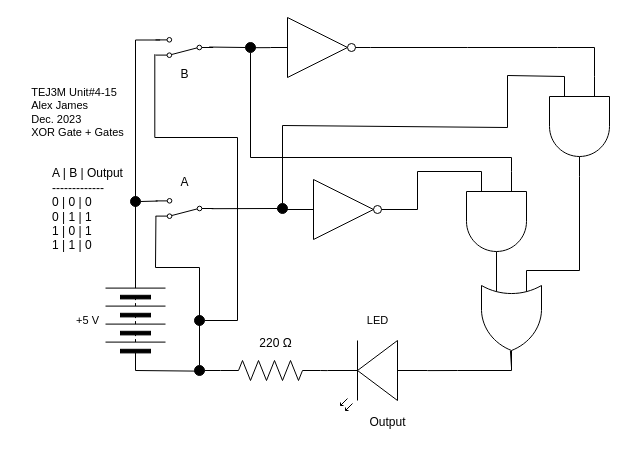
The draw.io diagram Unit-4-15/4-15.drawio in Alexander-James2/TEJ3M-Unit-4, before the edit. Source tidied: cells renumbered, new cells numbered last; positions are measured from the earlier drawing's top-left corner, leaving out a move shared by most shapes. Both pictures are drawn from the tidied source at 100%, with x=0, y=0 at pixel (17, 17).
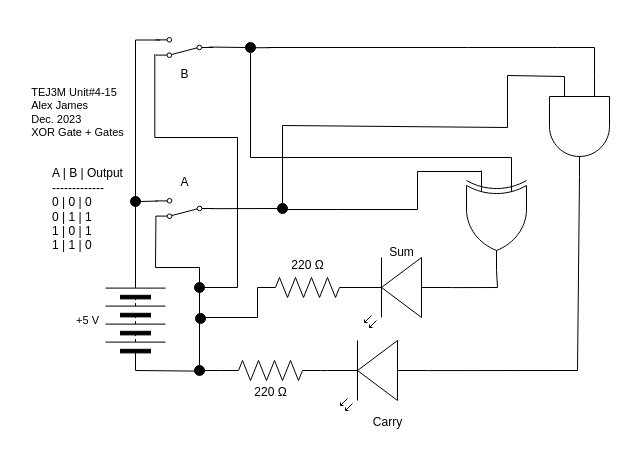
The same page after the edit.

Unchanged cells that the change refers to:
```xml
<mxCell id="6" style="verticalLabelPosition=bottom;shadow=0;dashed=0;align=center;html=1;verticalAlign=top;shape=mxgraph.electrical.opto_electronics.led_2;rotation=-180;" parent="1" vertex="1">
  <mxGeometry x="310" y="323" width="100" height="70" as="geometry" />
</mxCell>
<mxCell id="16" style="shape=mxgraph.electrical.electro-mechanical.twoWaySwitch;elSwitchState=2;rotation=0;flipV=1;flipH=1;" parent="1" vertex="1">
  <mxGeometry x="138" y="20" width="57.7" height="20" as="geometry" />
</mxCell>
<mxCell id="36" style="verticalLabelPosition=bottom;shadow=0;dashed=0;align=center;html=1;verticalAlign=top;shape=mxgraph.electrical.logic_gates.logic_gate;operation=and;rotation=90;" parent="1" vertex="1">
  <mxGeometry x="512" y="79" width="100" height="60" as="geometry" />
</mxCell>
<mxCell id="39" style="ellipse;whiteSpace=wrap;html=1;strokeColor=#030303;fillColor=#000000;" parent="1" vertex="1">
  <mxGeometry x="260" y="186" width="10" height="10" as="geometry" />
</mxCell>
<mxCell id="43" style="ellipse;whiteSpace=wrap;html=1;strokeColor=#030303;fillColor=#000000;" parent="1" vertex="1">
  <mxGeometry x="228" y="25" width="10" height="10" as="geometry" />
</mxCell>
```

Change to the diagram source:
```diff
@@
-    <mxCell id="2" style="edgeStyle=none;shape=connector;rounded=0;html=1;entryX=0;entryY=0.57;entryDx=0;entryDy=0;entryPerimeter=0;labelBackgroundColor=default;strokeColor=default;fontFamily=Helvetica;fontSize=11;fontColor=default;endArrow=none;endFill=0;exitX=1;exitY=0.5;exitDx=0;exitDy=0;exitPerimeter=0;" parent="1" edge="1" source="30" target="6">
-      <mxGeometry relative="1" as="geometry">
-        <Array as="points">
-          <mxPoint x="440" y="353" />
-        </Array>
-      </mxGeometry>
-    </mxCell>
@@
-    <mxCell id="9" value="LED" style="text;html=1;align=center;verticalAlign=middle;strokeColor=none;fillColor=none;fontSize=11;fontFamily=Helvetica;fontColor=default;" parent="1" vertex="1">
-      <mxGeometry x="340" y="288" width="40" height="30" as="geometry" />
-    </mxCell>
@@
-    <mxCell id="13" value="Output" style="text;html=1;align=center;verticalAlign=middle;strokeColor=none;fillColor=none;" parent="1" vertex="1">
-      <mxGeometry x="340" y="390" width="60" height="30" as="geometry" />
+    <mxCell id="13" value="Carry" style="text;html=1;align=center;verticalAlign=middle;strokeColor=none;fillColor=none;" parent="1" vertex="1">
+      <mxGeometry x="345" y="390" width="50" height="30" as="geometry" />
     </mxCell>
@@
-    <mxCell id="20" style="edgeStyle=orthogonalEdgeStyle;html=1;exitX=1;exitY=0.5;exitDx=0;exitDy=0;entryX=1.012;entryY=0.164;entryDx=0;entryDy=0;entryPerimeter=0;endArrow=none;endFill=0;rounded=0;" parent="1" edge="1" source="21" target="16">
+    <mxCell id="20" style="edgeStyle=orthogonalEdgeStyle;html=1;entryX=1.012;entryY=0.164;entryDx=0;entryDy=0;entryPerimeter=0;endArrow=none;endFill=0;rounded=0;" parent="1" edge="1" target="16">
       <mxGeometry relative="1" as="geometry">
+        <mxPoint x="180" y="270" as="sourcePoint" />
         <Array as="points">
-          <mxPoint x="220" y="303" />
+          <mxPoint x="187" y="270" />
+          <mxPoint x="220" y="270" />
           <mxPoint x="220" y="120" />
           <mxPoint x="137" y="120" />
         </Array>
       </mxGeometry>
     </mxCell>
     <mxCell id="21" style="ellipse;whiteSpace=wrap;html=1;strokeColor=#030303;fillColor=#000000;" parent="1" vertex="1">
-      <mxGeometry x="177" y="298" width="10" height="10" as="geometry" />
+      <mxGeometry x="177" y="265" width="10" height="10" as="geometry" />
     </mxCell>
@@
-    <mxCell id="25" style="edgeStyle=none;jettySize=auto;html=1;rounded=0;endArrow=none;endFill=0;exitX=0.028;exitY=0.489;exitDx=0;exitDy=0;exitPerimeter=0;startArrow=none;entryX=0;entryY=0.75;entryDx=0;entryDy=0;entryPerimeter=0;" parent="1" edge="1" source="39" target="40">
+    <mxCell id="25" style="edgeStyle=none;jettySize=auto;html=1;rounded=0;endArrow=none;endFill=0;exitX=0.028;exitY=0.489;exitDx=0;exitDy=0;exitPerimeter=0;startArrow=none;entryX=0;entryY=0.75;entryDx=0;entryDy=0;entryPerimeter=0;" parent="1" edge="1" source="39">
       <mxGeometry relative="1" as="geometry">
+        <mxPoint x="464" y="154" as="targetPoint" />
         <Array as="points">
           <mxPoint x="260" y="192" />
           <mxPoint x="320" y="192" />
           <mxPoint x="400" y="192" />
           <mxPoint x="400" y="154" />
         </Array>
       </mxGeometry>
     </mxCell>
@@
     <mxCell id="28" value="220&amp;nbsp;Ω" style="text;html=1;align=center;verticalAlign=middle;strokeColor=none;fillColor=none;" parent="1" vertex="1">
-      <mxGeometry x="228" y="311" width="60" height="30" as="geometry" />
+      <mxGeometry x="223" y="360" width="60" height="30" as="geometry" />
     </mxCell>
-    <mxCell id="29" style="edgeStyle=none;html=1;exitX=0.803;exitY=0.518;exitDx=0;exitDy=0;exitPerimeter=0;endArrow=none;endFill=0;rounded=0;" parent="1" edge="1" source="30">
-      <mxGeometry relative="1" as="geometry">
-        <mxPoint x="494" y="350" as="targetPoint" />
-      </mxGeometry>
-    </mxCell>
-    <mxCell id="30" style="verticalLabelPosition=bottom;shadow=0;dashed=0;align=center;html=1;verticalAlign=top;shape=mxgraph.electrical.logic_gates.logic_gate;operation=or;rotation=90;" parent="1" vertex="1">
-      <mxGeometry x="444" y="273" width="100" height="60" as="geometry" />
-    </mxCell>
-    <mxCell id="31" style="verticalLabelPosition=bottom;shadow=0;dashed=0;align=center;html=1;verticalAlign=top;shape=mxgraph.electrical.logic_gates.inverter_2;" parent="1" vertex="1">
-      <mxGeometry x="279" y="162" width="100" height="60" as="geometry" />
-    </mxCell>
-    <mxCell id="32" style="edgeStyle=none;html=1;entryX=1;entryY=0.5;entryDx=0;entryDy=0;entryPerimeter=0;rounded=0;endArrow=none;endFill=0;" parent="1" edge="1" target="33">
+    <mxCell id="32" style="edgeStyle=none;html=1;rounded=0;endArrow=none;endFill=0;" parent="1" edge="1">
       <mxGeometry relative="1" as="geometry">
         <mxPoint x="540" y="30" as="sourcePoint" />
+        <mxPoint x="250" y="30" as="targetPoint" />
         <Array as="points">
           <mxPoint x="450" y="30" />
         </Array>
       </mxGeometry>
     </mxCell>
-    <mxCell id="33" style="verticalLabelPosition=bottom;shadow=0;dashed=0;align=center;html=1;verticalAlign=top;shape=mxgraph.electrical.logic_gates.inverter_2;" parent="1" vertex="1">
-      <mxGeometry x="253" width="100" height="60" as="geometry" />
-    </mxCell>
@@
-    <mxCell id="35" style="edgeStyle=none;rounded=0;html=1;exitX=1;exitY=0.5;exitDx=0;exitDy=0;exitPerimeter=0;entryX=0;entryY=0.25;entryDx=0;entryDy=0;entryPerimeter=0;endArrow=none;endFill=0;" parent="1" edge="1" source="36" target="30">
-      <mxGeometry relative="1" as="geometry">
-        <Array as="points">
-          <mxPoint x="562" y="253" />
-        </Array>
-      </mxGeometry>
-    </mxCell>
+    <mxCell id="44" style="edgeStyle=none;html=1;exitX=1;exitY=0.5;exitDx=0;exitDy=0;exitPerimeter=0;entryX=0;entryY=0.57;entryDx=0;entryDy=0;entryPerimeter=0;rounded=0;endArrow=none;endFill=0;" parent="1" edge="1" source="36" target="6">
+      <mxGeometry relative="1" as="geometry">
+        <Array as="points">
+          <mxPoint x="560" y="353" />
+        </Array>
+      </mxGeometry>
+    </mxCell>
@@
-    <mxCell id="40" style="verticalLabelPosition=bottom;shadow=0;dashed=0;align=center;html=1;verticalAlign=top;shape=mxgraph.electrical.logic_gates.logic_gate;operation=and;rotation=90;" parent="1" vertex="1">
-      <mxGeometry x="429" y="174" width="100" height="60" as="geometry" />
-    </mxCell>
-    <mxCell id="41" style="edgeStyle=none;html=1;entryX=0.07;entryY=0.523;entryDx=0;entryDy=0;entryPerimeter=0;rounded=0;endArrow=none;endFill=0;startArrow=none;" parent="1" edge="1" source="33" target="43">
-      <mxGeometry relative="1" as="geometry" />
+    <mxCell id="41" style="edgeStyle=none;html=1;entryX=0.07;entryY=0.523;entryDx=0;entryDy=0;entryPerimeter=0;rounded=0;endArrow=none;endFill=0;startArrow=none;" parent="1" edge="1" target="43">
+      <mxGeometry relative="1" as="geometry">
+        <mxPoint x="253" y="30.2" as="sourcePoint" />
+      </mxGeometry>
     </mxCell>
-    <mxCell id="42" style="edgeStyle=none;rounded=0;html=1;exitX=0.5;exitY=1;exitDx=0;exitDy=0;entryX=0;entryY=0.25;entryDx=0;entryDy=0;entryPerimeter=0;endArrow=none;endFill=0;" parent="1" edge="1" source="43" target="40">
+    <mxCell id="42" style="edgeStyle=none;rounded=0;html=1;exitX=0.5;exitY=1;exitDx=0;exitDy=0;entryX=0;entryY=0.25;entryDx=0;entryDy=0;entryPerimeter=0;endArrow=none;endFill=0;" parent="1" edge="1" source="43">
       <mxGeometry relative="1" as="geometry">
+        <mxPoint x="494" y="154" as="targetPoint" />
         <Array as="points">
           <mxPoint x="233" y="140" />
           <mxPoint x="494" y="140" />
         </Array>
       </mxGeometry>
     </mxCell>
@@
+    <mxCell id="45" style="verticalLabelPosition=bottom;shadow=0;dashed=0;align=center;html=1;verticalAlign=top;shape=mxgraph.electrical.logic_gates.logic_gate;operation=xor;rotation=90;" parent="1" vertex="1">
+      <mxGeometry x="429" y="173" width="100" height="60" as="geometry" />
+    </mxCell>
+    <mxCell id="46" style="edgeStyle=none;rounded=0;html=1;exitX=0;exitY=0.5;exitDx=0;exitDy=0;exitPerimeter=0;endArrow=none;endFill=0;" parent="1" edge="1" source="47">
+      <mxGeometry relative="1" as="geometry">
+        <mxPoint x="180" y="300" as="targetPoint" />
+        <Array as="points">
+          <mxPoint x="240" y="300" />
+        </Array>
+      </mxGeometry>
+    </mxCell>
+    <mxCell id="47" style="verticalLabelPosition=bottom;shadow=0;dashed=0;align=center;html=1;verticalAlign=top;shape=mxgraph.electrical.resistors.resistor_2;" parent="1" vertex="1">
+      <mxGeometry x="240" y="260" width="100" height="20" as="geometry" />
+    </mxCell>
+    <mxCell id="48" style="edgeStyle=none;rounded=0;html=1;exitX=0;exitY=0.57;exitDx=0;exitDy=0;exitPerimeter=0;entryX=1;entryY=0.5;entryDx=0;entryDy=0;entryPerimeter=0;endArrow=none;endFill=0;" parent="1" edge="1" source="49" target="45">
+      <mxGeometry relative="1" as="geometry">
+        <Array as="points">
+          <mxPoint x="480" y="270" />
+        </Array>
+      </mxGeometry>
+    </mxCell>
+    <mxCell id="49" style="verticalLabelPosition=bottom;shadow=0;dashed=0;align=center;html=1;verticalAlign=top;shape=mxgraph.electrical.opto_electronics.led_2;rotation=-180;" parent="1" vertex="1">
+      <mxGeometry x="334" y="240" width="100" height="70" as="geometry" />
+    </mxCell>
+    <mxCell id="50" style="ellipse;whiteSpace=wrap;html=1;strokeColor=#030303;fillColor=#000000;" parent="1" vertex="1">
+      <mxGeometry x="178" y="296" width="10" height="10" as="geometry" />
+    </mxCell>
+    <mxCell id="51" value="Sum" style="text;html=1;align=center;verticalAlign=middle;strokeColor=none;fillColor=none;" parent="1" vertex="1">
+      <mxGeometry x="359" y="220" width="50" height="30" as="geometry" />
+    </mxCell>
+    <mxCell id="52" value="220&amp;nbsp;Ω" style="text;html=1;align=center;verticalAlign=middle;strokeColor=none;fillColor=none;" parent="1" vertex="1">
+      <mxGeometry x="260" y="233" width="60" height="30" as="geometry" />
+    </mxCell>
```
